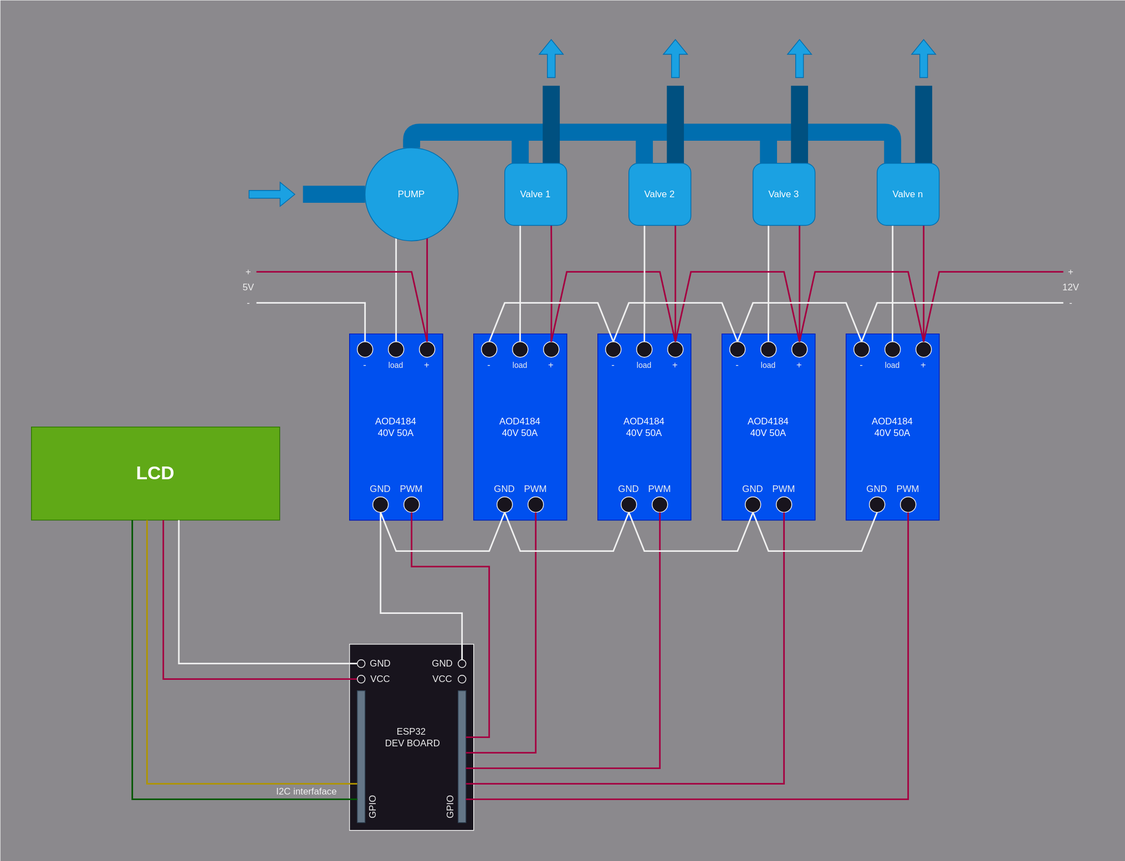
pistom/sawc-embedded-esp32 keeps this draw.io diagram as images/wiring-diagram.svg. Above is the earlier version. Source tidied: cells renumbered, new cells last; positions are measured from the earlier drawing's top-left corner, leaving out a move shared by most shapes.
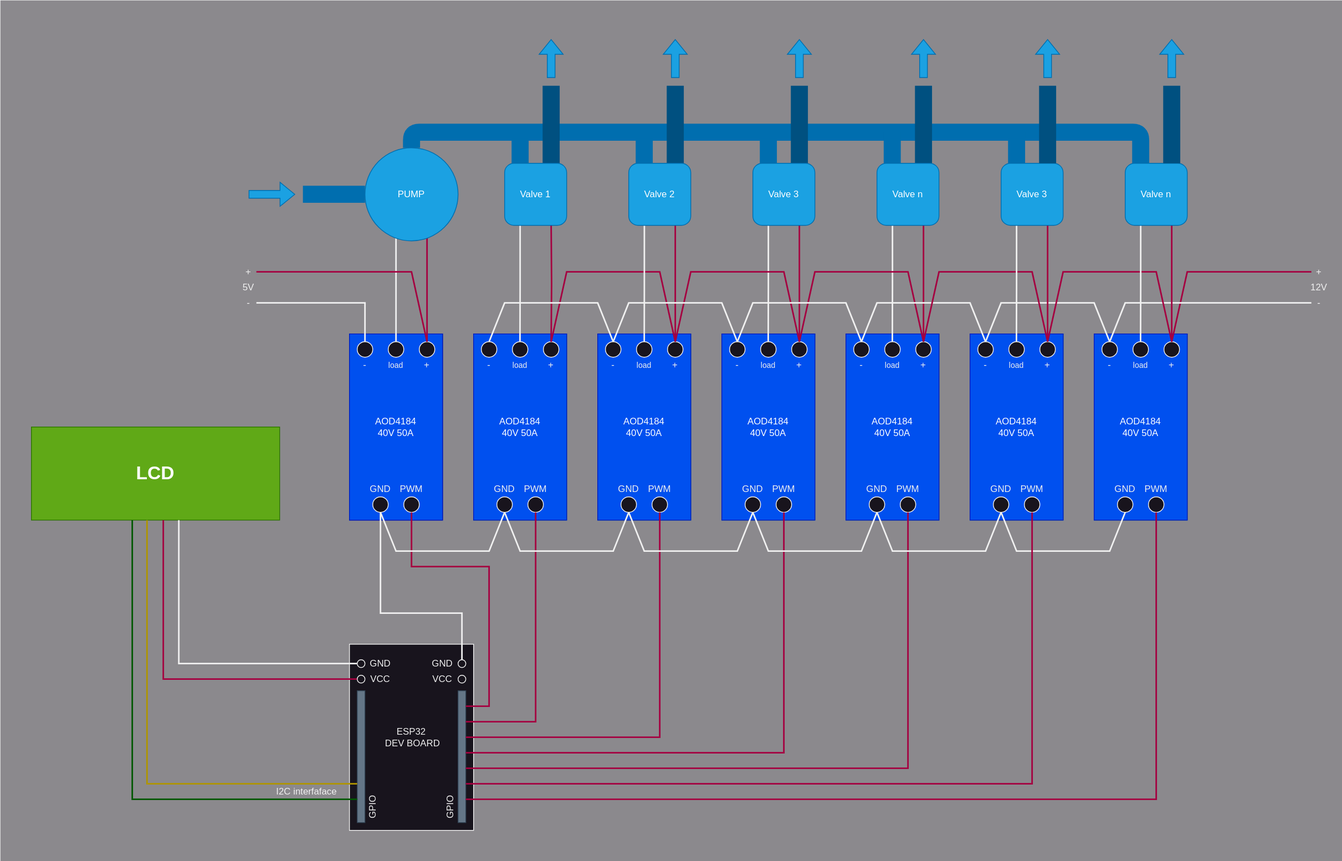
After the commit.

What changed in the source:
```diff
@@ -3,7 +3,7 @@
     <mxCell id="0" />
     <mxCell id="1" parent="0" />
     <mxCell id="2" style="rounded=0;whiteSpace=wrap;html=1;strokeColor=none;fillColor=default;opacity=50;" parent="1" vertex="1">
-      <mxGeometry width="1450" height="1110" as="geometry" />
+      <mxGeometry width="1730" height="1110" as="geometry" />
     </mxCell>
     <mxCell id="3" style="group;fillColor=#0050ef;fontColor=#ffffff;strokeColor=#001DBC;" parent="1" vertex="1">
       <mxGeometry x="450" y="430" width="120" height="240" as="geometry" />
@@ -251,11 +251,11 @@
     <mxCell id="76" value="I2C interfaface" style="text;html=1;align=center;verticalAlign=middle;whiteSpace=wrap;rounded=0;" parent="1" vertex="1">
       <mxGeometry x="340" y="1010" width="110" height="20" as="geometry" />
     </mxCell>
-    <mxCell id="77" style="edgeStyle=orthogonalEdgeStyle;rounded=1;jettySize=auto;html=1;endArrow=none;endFill=0;strokeWidth=22;fillColor=#1ba1e2;strokeColor=#006EAF;endSize=6;targetPerimeterSpacing=0;curved=0;entryX=0.25;entryY=0;entryDx=0;entryDy=0;" parent="1" edge="1" source="88" target="119">
+    <mxCell id="77" style="edgeStyle=orthogonalEdgeStyle;rounded=1;jettySize=auto;html=1;endArrow=none;endFill=0;strokeWidth=22;fillColor=#1ba1e2;strokeColor=#006EAF;endSize=6;targetPerimeterSpacing=0;curved=0;entryX=0.25;entryY=0;entryDx=0;entryDy=0;" parent="1" edge="1" source="88" target="171">
       <mxGeometry relative="1" as="geometry">
         <Array as="points">
           <mxPoint x="530" y="170" />
-          <mxPoint x="1150" y="170" />
+          <mxPoint x="1470" y="170" />
         </Array>
       </mxGeometry>
     </mxCell>
@@ -400,7 +400,7 @@
     <mxCell id="101" style="edgeStyle=orthogonalEdgeStyle;rounded=0;jettySize=auto;html=1;entryX=0.5;entryY=1;entryDx=0;entryDy=0;fillColor=#d80073;strokeColor=#A50040;endArrow=none;endFill=0;strokeWidth=2;" parent="1" edge="1" source="16" target="6">
       <mxGeometry relative="1" as="geometry">
         <Array as="points">
-          <mxPoint x="630" y="950" />
+          <mxPoint x="630" y="910" />
           <mxPoint x="630" y="730" />
           <mxPoint x="530" y="730" />
         </Array>
@@ -409,28 +409,28 @@
     <mxCell id="102" style="edgeStyle=orthogonalEdgeStyle;rounded=0;jettySize=auto;html=1;entryX=0.5;entryY=1;entryDx=0;entryDy=0;fillColor=#d80073;strokeColor=#A50040;endArrow=none;endFill=0;strokeWidth=2;" parent="1" edge="1" source="16" target="25">
       <mxGeometry relative="1" as="geometry">
         <Array as="points">
-          <mxPoint x="690" y="970" />
+          <mxPoint x="690" y="930" />
         </Array>
       </mxGeometry>
     </mxCell>
     <mxCell id="103" style="edgeStyle=orthogonalEdgeStyle;rounded=0;jettySize=auto;html=1;entryX=0.5;entryY=1;entryDx=0;entryDy=0;fillColor=#d80073;strokeColor=#A50040;endArrow=none;endFill=0;strokeWidth=2;" parent="1" edge="1" source="16" target="38">
       <mxGeometry relative="1" as="geometry">
         <Array as="points">
-          <mxPoint x="850" y="990" />
+          <mxPoint x="850" y="950" />
         </Array>
       </mxGeometry>
     </mxCell>
     <mxCell id="104" style="edgeStyle=orthogonalEdgeStyle;rounded=0;jettySize=auto;html=1;entryX=0.5;entryY=1;entryDx=0;entryDy=0;fillColor=#d80073;strokeColor=#A50040;endArrow=none;endFill=0;strokeWidth=2;" parent="1" edge="1" source="16" target="50">
       <mxGeometry relative="1" as="geometry">
         <Array as="points">
-          <mxPoint x="1010" y="1010" />
+          <mxPoint x="1010" y="970" />
         </Array>
       </mxGeometry>
     </mxCell>
     <mxCell id="105" style="edgeStyle=orthogonalEdgeStyle;rounded=0;jettySize=auto;html=1;entryX=0.5;entryY=1;entryDx=0;entryDy=0;fillColor=#d80073;strokeColor=#A50040;endArrow=none;endFill=0;strokeWidth=2;" parent="1" edge="1" source="16" target="62">
       <mxGeometry relative="1" as="geometry">
         <Array as="points">
-          <mxPoint x="1170" y="1030" />
+          <mxPoint x="1170" y="990" />
         </Array>
       </mxGeometry>
     </mxCell>
@@ -494,15 +494,6 @@
         </Array>
       </mxGeometry>
     </mxCell>
-    <mxCell id="114" style="endArrow=none;html=1;rounded=0;fillColor=#d80073;strokeColor=#A50040;endFill=0;strokeWidth=2;exitX=0.5;exitY=0;exitDx=0;exitDy=0;" parent="1" edge="1">
-      <mxGeometry relative="1" as="geometry">
-        <mxPoint x="1190" y="440" as="sourcePoint" />
-        <mxPoint x="1370" y="350" as="targetPoint" />
-        <Array as="points">
-          <mxPoint x="1210" y="350" />
-        </Array>
-      </mxGeometry>
-    </mxCell>
     <mxCell id="115" style="endArrow=none;html=1;rounded=0;fillColor=#d80073;strokeColor=#A50040;endFill=0;strokeWidth=2;exitX=0.5;exitY=0;exitDx=0;exitDy=0;" parent="1" edge="1">
       <mxGeometry relative="1" as="geometry">
         <mxPoint x="1030" y="440" as="sourcePoint" />
@@ -554,24 +545,14 @@
         </Array>
       </mxGeometry>
     </mxCell>
-    <mxCell id="123" style="endArrow=none;html=1;rounded=0;entryX=0.5;entryY=0;entryDx=0;entryDy=0;endFill=0;strokeWidth=2;" parent="1" edge="1">
-      <mxGeometry relative="1" as="geometry">
-        <mxPoint x="1370" y="390" as="sourcePoint" />
-        <mxPoint x="1110" y="440" as="targetPoint" />
-        <Array as="points">
-          <mxPoint x="1250" y="390" />
-          <mxPoint x="1130" y="390" />
-        </Array>
-      </mxGeometry>
-    </mxCell>
     <mxCell id="124" value="12V" style="text;html=1;align=center;verticalAlign=middle;whiteSpace=wrap;rounded=0;" parent="1" vertex="1">
-      <mxGeometry x="1350" y="360" width="60" height="20" as="geometry" />
+      <mxGeometry x="1670" y="360" width="60" height="20" as="geometry" />
     </mxCell>
     <mxCell id="125" value="+" style="text;html=1;align=center;verticalAlign=middle;whiteSpace=wrap;rounded=0;" parent="1" vertex="1">
-      <mxGeometry x="1370" y="340" width="20" height="20" as="geometry" />
+      <mxGeometry x="1690" y="340" width="20" height="20" as="geometry" />
     </mxCell>
     <mxCell id="126" value="-" style="text;html=1;align=center;verticalAlign=middle;whiteSpace=wrap;rounded=0;" parent="1" vertex="1">
-      <mxGeometry x="1370" y="380" width="20" height="20" as="geometry" />
+      <mxGeometry x="1690" y="380" width="20" height="20" as="geometry" />
     </mxCell>
     <mxCell id="127" style="ellipse;whiteSpace=wrap;html=1;" parent="1" vertex="1">
       <mxGeometry x="460" y="870" width="10" height="10" as="geometry" />
@@ -631,5 +612,245 @@
         </Array>
       </mxGeometry>
     </mxCell>
+    <mxCell id="137" style="group;fillColor=#1ba1e2;fontColor=#ffffff;strokeColor=#006EAF;" parent="1" vertex="1">
+      <mxGeometry x="1250" y="430" width="120" height="240" as="geometry" />
+    </mxCell>
+    <mxCell id="138" value="AOD4184&lt;div&gt;40V 50A&lt;/div&gt;" style="rounded=0;whiteSpace=wrap;html=1;fillColor=#0050ef;fontColor=#ffffff;strokeColor=#001DBC;" parent="137" vertex="1">
+      <mxGeometry width="120" height="240" as="geometry" />
+    </mxCell>
+    <mxCell id="139" style="ellipse;whiteSpace=wrap;html=1;" parent="137" vertex="1">
+      <mxGeometry x="30" y="210" width="20" height="20" as="geometry" />
+    </mxCell>
+    <mxCell id="140" style="ellipse;whiteSpace=wrap;html=1;" parent="137" vertex="1">
+      <mxGeometry x="70" y="210" width="20" height="20" as="geometry" />
+    </mxCell>
+    <mxCell id="141" style="ellipse;whiteSpace=wrap;html=1;" parent="137" vertex="1">
+      <mxGeometry x="10" y="10" width="20" height="20" as="geometry" />
+    </mxCell>
+    <mxCell id="142" style="ellipse;whiteSpace=wrap;html=1;" parent="137" vertex="1">
+      <mxGeometry x="50" y="10" width="20" height="20" as="geometry" />
+    </mxCell>
+    <mxCell id="143" style="ellipse;whiteSpace=wrap;html=1;" parent="137" vertex="1">
+      <mxGeometry x="90" y="10" width="20" height="20" as="geometry" />
+    </mxCell>
+    <mxCell id="144" value="GND" style="text;html=1;align=center;verticalAlign=middle;whiteSpace=wrap;rounded=0;" parent="137" vertex="1">
+      <mxGeometry x="10" y="190" width="60" height="20" as="geometry" />
+    </mxCell>
+    <mxCell id="145" value="PWM" style="text;html=1;align=center;verticalAlign=middle;whiteSpace=wrap;rounded=0;" parent="137" vertex="1">
+      <mxGeometry x="50" y="190" width="60" height="20" as="geometry" />
+    </mxCell>
+    <mxCell id="146" value="-" style="text;html=1;align=center;verticalAlign=middle;whiteSpace=wrap;rounded=0;" parent="137" vertex="1">
+      <mxGeometry y="30" width="40" height="20" as="geometry" />
+    </mxCell>
+    <mxCell id="147" value="+" style="text;html=1;align=center;verticalAlign=middle;whiteSpace=wrap;rounded=0;" parent="137" vertex="1">
+      <mxGeometry x="80" y="30" width="40" height="20" as="geometry" />
+    </mxCell>
+    <mxCell id="148" value="&lt;font style=&quot;font-size: 10px;&quot;&gt;load&lt;/font&gt;" style="text;html=1;align=center;verticalAlign=middle;whiteSpace=wrap;rounded=0;" parent="137" vertex="1">
+      <mxGeometry x="40" y="30" width="40" height="20" as="geometry" />
+    </mxCell>
+    <mxCell id="149" style="group;fillColor=#1ba1e2;fontColor=#ffffff;strokeColor=#006EAF;" parent="1" vertex="1">
+      <mxGeometry x="1410" y="430" width="120" height="240" as="geometry" />
+    </mxCell>
+    <mxCell id="150" value="AOD4184&lt;div&gt;40V 50A&lt;/div&gt;" style="rounded=0;whiteSpace=wrap;html=1;fillColor=#0050ef;fontColor=#ffffff;strokeColor=#001DBC;" parent="149" vertex="1">
+      <mxGeometry width="120" height="240" as="geometry" />
+    </mxCell>
+    <mxCell id="151" style="ellipse;whiteSpace=wrap;html=1;" parent="149" vertex="1">
+      <mxGeometry x="30" y="210" width="20" height="20" as="geometry" />
+    </mxCell>
+    <mxCell id="152" style="ellipse;whiteSpace=wrap;html=1;" parent="149" vertex="1">
+      <mxGeometry x="70" y="210" width="20" height="20" as="geometry" />
+    </mxCell>
+    <mxCell id="153" style="ellipse;whiteSpace=wrap;html=1;" parent="149" vertex="1">
+      <mxGeometry x="10" y="10" width="20" height="20" as="geometry" />
+    </mxCell>
+    <mxCell id="154" style="ellipse;whiteSpace=wrap;html=1;" parent="149" vertex="1">
+      <mxGeometry x="50" y="10" width="20" height="20" as="geometry" />
+    </mxCell>
+    <mxCell id="155" style="ellipse;whiteSpace=wrap;html=1;" parent="149" vertex="1">
+      <mxGeometry x="90" y="10" width="20" height="20" as="geometry" />
+    </mxCell>
+    <mxCell id="156" value="GND" style="text;html=1;align=center;verticalAlign=middle;whiteSpace=wrap;rounded=0;" parent="149" vertex="1">
+      <mxGeometry x="10" y="190" width="60" height="20" as="geometry" />
+    </mxCell>
+    <mxCell id="157" value="PWM" style="text;html=1;align=center;verticalAlign=middle;whiteSpace=wrap;rounded=0;" parent="149" vertex="1">
+      <mxGeometry x="50" y="190" width="60" height="20" as="geometry" />
+    </mxCell>
+    <mxCell id="158" value="-" style="text;html=1;align=center;verticalAlign=middle;whiteSpace=wrap;rounded=0;" parent="149" vertex="1">
+      <mxGeometry y="30" width="40" height="20" as="geometry" />
+    </mxCell>
+    <mxCell id="159" value="+" style="text;html=1;align=center;verticalAlign=middle;whiteSpace=wrap;rounded=0;" parent="149" vertex="1">
+      <mxGeometry x="80" y="30" width="40" height="20" as="geometry" />
+    </mxCell>
+    <mxCell id="160" value="&lt;font style=&quot;font-size: 10px;&quot;&gt;load&lt;/font&gt;" style="text;html=1;align=center;verticalAlign=middle;whiteSpace=wrap;rounded=0;" parent="149" vertex="1">
+      <mxGeometry x="40" y="30" width="40" height="20" as="geometry" />
+    </mxCell>
+    <mxCell id="161" style="endArrow=none;html=1;rounded=0;entryX=0.5;entryY=0;entryDx=0;entryDy=0;endFill=0;strokeWidth=2;exitX=0.5;exitY=0;exitDx=0;exitDy=0;" parent="1" edge="1">
+      <mxGeometry relative="1" as="geometry">
+        <mxPoint x="1450" y="660" as="sourcePoint" />
+        <mxPoint x="1290" y="660" as="targetPoint" />
+        <Array as="points">
+          <mxPoint x="1430" y="710" />
+          <mxPoint x="1310" y="710" />
+        </Array>
+      </mxGeometry>
+    </mxCell>
+    <mxCell id="114" style="endArrow=none;html=1;rounded=0;fillColor=#d80073;strokeColor=#A50040;endFill=0;strokeWidth=2;exitX=0.5;exitY=0;exitDx=0;exitDy=0;" parent="1" edge="1">
+      <mxGeometry relative="1" as="geometry">
+        <mxPoint x="1510" y="440" as="sourcePoint" />
+        <mxPoint x="1690" y="350" as="targetPoint" />
+        <Array as="points">
+          <mxPoint x="1530" y="350" />
+        </Array>
+      </mxGeometry>
+    </mxCell>
+    <mxCell id="123" style="endArrow=none;html=1;rounded=0;entryX=0.5;entryY=0;entryDx=0;entryDy=0;endFill=0;strokeWidth=2;" parent="1" edge="1">
+      <mxGeometry relative="1" as="geometry">
+        <mxPoint x="1690" y="390" as="sourcePoint" />
+        <mxPoint x="1430" y="440" as="targetPoint" />
+        <Array as="points">
+          <mxPoint x="1570" y="390" />
+          <mxPoint x="1450" y="390" />
+        </Array>
+      </mxGeometry>
+    </mxCell>
+    <mxCell id="162" style="endArrow=none;html=1;rounded=0;entryX=0.5;entryY=0;entryDx=0;entryDy=0;endFill=0;strokeWidth=2;exitX=0.5;exitY=0;exitDx=0;exitDy=0;" parent="1" edge="1">
+      <mxGeometry relative="1" as="geometry">
+        <mxPoint x="1430" y="440" as="sourcePoint" />
+        <mxPoint x="1270" y="440" as="targetPoint" />
+        <Array as="points">
+          <mxPoint x="1410" y="390" />
+          <mxPoint x="1290" y="390" />
+        </Array>
+      </mxGeometry>
+    </mxCell>
+    <mxCell id="163" style="endArrow=none;html=1;rounded=0;fillColor=#d80073;strokeColor=#A50040;endFill=0;strokeWidth=2;exitX=0.5;exitY=0;exitDx=0;exitDy=0;" parent="1" edge="1">
+      <mxGeometry relative="1" as="geometry">
+        <mxPoint x="1350" y="440" as="sourcePoint" />
+        <mxPoint x="1510" y="440" as="targetPoint" />
+        <Array as="points">
+          <mxPoint x="1370" y="350" />
+          <mxPoint x="1490" y="350" />
+        </Array>
+      </mxGeometry>
+    </mxCell>
+    <mxCell id="164" style="endArrow=none;html=1;rounded=0;entryX=0.5;entryY=0;entryDx=0;entryDy=0;endFill=0;strokeWidth=2;exitX=0.5;exitY=0;exitDx=0;exitDy=0;" parent="1" edge="1">
+      <mxGeometry relative="1" as="geometry">
+        <mxPoint x="1270" y="440" as="sourcePoint" />
+        <mxPoint x="1110" y="440" as="targetPoint" />
+        <Array as="points">
+          <mxPoint x="1250" y="390" />
+          <mxPoint x="1130" y="390" />
+        </Array>
+      </mxGeometry>
+    </mxCell>
+    <mxCell id="165" style="endArrow=none;html=1;rounded=0;fillColor=#d80073;strokeColor=#A50040;endFill=0;strokeWidth=2;exitX=0.5;exitY=0;exitDx=0;exitDy=0;" parent="1" edge="1">
+      <mxGeometry relative="1" as="geometry">
+        <mxPoint x="1190" y="440" as="sourcePoint" />
+        <mxPoint x="1350" y="440" as="targetPoint" />
+        <Array as="points">
+          <mxPoint x="1210" y="350" />
+          <mxPoint x="1330" y="350" />
+        </Array>
+      </mxGeometry>
+    </mxCell>
+    <mxCell id="166" style="edgeStyle=orthogonalEdgeStyle;rounded=0;orthogonalLoop=1;jettySize=auto;html=1;entryX=0.5;entryY=0;entryDx=0;entryDy=0;endArrow=none;endFill=0;strokeWidth=2;exitX=0.25;exitY=1;exitDx=0;exitDy=0;" parent="1" edge="1">
+      <mxGeometry relative="1" as="geometry">
+        <mxPoint x="1310" y="290" as="sourcePoint" />
+        <mxPoint x="1309.8" y="440" as="targetPoint" />
+        <Array as="points">
+          <mxPoint x="1310" y="370" />
+        </Array>
+      </mxGeometry>
+    </mxCell>
+    <mxCell id="167" style="edgeStyle=orthogonalEdgeStyle;rounded=0;orthogonalLoop=1;jettySize=auto;html=1;entryX=0.5;entryY=0;entryDx=0;entryDy=0;fillColor=#d80073;strokeColor=#A50040;endArrow=none;endFill=0;strokeWidth=2;" parent="1" edge="1">
+      <mxGeometry relative="1" as="geometry">
+        <mxPoint x="1350" y="290" as="sourcePoint" />
+        <mxPoint x="1350" y="440" as="targetPoint" />
+      </mxGeometry>
+    </mxCell>
+    <mxCell id="168" style="edgeStyle=orthogonalEdgeStyle;rounded=0;orthogonalLoop=1;jettySize=auto;html=1;entryX=0.5;entryY=0;entryDx=0;entryDy=0;endArrow=none;endFill=0;strokeWidth=2;exitX=0.25;exitY=1;exitDx=0;exitDy=0;" parent="1" edge="1">
+      <mxGeometry relative="1" as="geometry">
+        <mxPoint x="1470" y="290" as="sourcePoint" />
+        <mxPoint x="1469.8" y="440" as="targetPoint" />
+        <Array as="points">
+          <mxPoint x="1470" y="370" />
+        </Array>
+      </mxGeometry>
+    </mxCell>
+    <mxCell id="169" style="edgeStyle=orthogonalEdgeStyle;rounded=0;orthogonalLoop=1;jettySize=auto;html=1;entryX=0.5;entryY=0;entryDx=0;entryDy=0;fillColor=#d80073;strokeColor=#A50040;endArrow=none;endFill=0;strokeWidth=2;" parent="1" edge="1">
+      <mxGeometry relative="1" as="geometry">
+        <mxPoint x="1510" y="290" as="sourcePoint" />
+        <mxPoint x="1510" y="440" as="targetPoint" />
+      </mxGeometry>
+    </mxCell>
+    <mxCell id="170" value="Valve 3" style="rounded=1;whiteSpace=wrap;html=1;fillColor=#1ba1e2;fontColor=#ffffff;strokeColor=#006EAF;" parent="1" vertex="1">
+      <mxGeometry x="1290" y="210" width="80" height="80" as="geometry" />
+    </mxCell>
+    <mxCell id="171" value="Valve n" style="rounded=1;whiteSpace=wrap;html=1;fillColor=#1ba1e2;fontColor=#ffffff;strokeColor=#006EAF;" parent="1" vertex="1">
+      <mxGeometry x="1450" y="210" width="80" height="80" as="geometry" />
+    </mxCell>
+    <mxCell id="172" style="endArrow=none;html=1;rounded=0;exitX=0.25;exitY=0;exitDx=0;exitDy=0;strokeWidth=22;fillColor=#1ba1e2;strokeColor=#005080;endSize=6;targetPerimeterSpacing=0;" parent="1" edge="1">
+      <mxGeometry relative="1" as="geometry">
+        <mxPoint x="1350" y="210" as="sourcePoint" />
+        <mxPoint x="1350" y="110" as="targetPoint" />
+      </mxGeometry>
+    </mxCell>
+    <mxCell id="173" style="shape=flexArrow;endArrow=classic;html=1;rounded=0;fillColor=#1ba1e2;strokeColor=#006EAF;" parent="1" edge="1">
+      <mxGeometry relative="1" as="geometry">
+        <mxPoint x="1350" y="100" as="sourcePoint" />
+        <mxPoint x="1350" y="50" as="targetPoint" />
+      </mxGeometry>
+    </mxCell>
+    <mxCell id="174" style="endArrow=none;html=1;rounded=0;exitX=0.25;exitY=0;exitDx=0;exitDy=0;strokeWidth=22;fillColor=#1ba1e2;strokeColor=#005080;endSize=6;targetPerimeterSpacing=0;" parent="1" edge="1">
+      <mxGeometry relative="1" as="geometry">
+        <mxPoint x="1510" y="210" as="sourcePoint" />
+        <mxPoint x="1510" y="110" as="targetPoint" />
+      </mxGeometry>
+    </mxCell>
+    <mxCell id="175" style="shape=flexArrow;endArrow=classic;html=1;rounded=0;fillColor=#1ba1e2;strokeColor=#006EAF;" parent="1" edge="1">
+      <mxGeometry relative="1" as="geometry">
+        <mxPoint x="1510" y="100" as="sourcePoint" />
+        <mxPoint x="1510" y="50" as="targetPoint" />
+      </mxGeometry>
+    </mxCell>
+    <mxCell id="176" style="endArrow=none;html=1;rounded=0;exitX=0.25;exitY=0;exitDx=0;exitDy=0;strokeWidth=22;fillColor=#1ba1e2;strokeColor=#006EAF;endSize=6;targetPerimeterSpacing=0;" parent="1" edge="1">
+      <mxGeometry relative="1" as="geometry">
+        <mxPoint x="1310" y="210" as="sourcePoint" />
+        <mxPoint x="1310" y="170" as="targetPoint" />
+      </mxGeometry>
+    </mxCell>
+    <mxCell id="177" style="endArrow=none;html=1;rounded=0;exitX=0.25;exitY=0;exitDx=0;exitDy=0;strokeWidth=22;fillColor=#1ba1e2;strokeColor=#006EAF;endSize=6;targetPerimeterSpacing=0;" parent="1" edge="1">
+      <mxGeometry relative="1" as="geometry">
+        <mxPoint x="1149.7" y="210" as="sourcePoint" />
+        <mxPoint x="1149.7" y="170" as="targetPoint" />
+      </mxGeometry>
+    </mxCell>
+    <mxCell id="178" style="endArrow=none;html=1;rounded=0;entryX=0.5;entryY=0;entryDx=0;entryDy=0;endFill=0;strokeWidth=2;exitX=0.5;exitY=0;exitDx=0;exitDy=0;" parent="1" edge="1">
+      <mxGeometry relative="1" as="geometry">
+        <mxPoint x="1290" y="660" as="sourcePoint" />
+        <mxPoint x="1130" y="660" as="targetPoint" />
+        <Array as="points">
+          <mxPoint x="1270" y="710" />
+          <mxPoint x="1150" y="710" />
+        </Array>
+      </mxGeometry>
+    </mxCell>
+    <mxCell id="179" style="edgeStyle=orthogonalEdgeStyle;rounded=0;jettySize=auto;html=1;entryX=0.5;entryY=1;entryDx=0;entryDy=0;fillColor=#d80073;strokeColor=#A50040;endArrow=none;endFill=0;strokeWidth=2;" parent="1" edge="1" target="140">
+      <mxGeometry relative="1" as="geometry">
+        <mxPoint x="600" y="1010" as="sourcePoint" />
+        <Array as="points">
+          <mxPoint x="1330" y="1010" />
+        </Array>
+      </mxGeometry>
+    </mxCell>
+    <mxCell id="180" style="edgeStyle=orthogonalEdgeStyle;rounded=0;jettySize=auto;html=1;entryX=0.5;entryY=1;entryDx=0;entryDy=0;fillColor=#d80073;strokeColor=#A50040;endArrow=none;endFill=0;strokeWidth=2;" parent="1" edge="1" target="152">
+      <mxGeometry relative="1" as="geometry">
+        <mxPoint x="600" y="1030" as="sourcePoint" />
+        <Array as="points">
+          <mxPoint x="600" y="1030" />
+          <mxPoint x="1490" y="1030" />
+        </Array>
+      </mxGeometry>
+    </mxCell>
   </root>
 </mxGraphModel>
```
